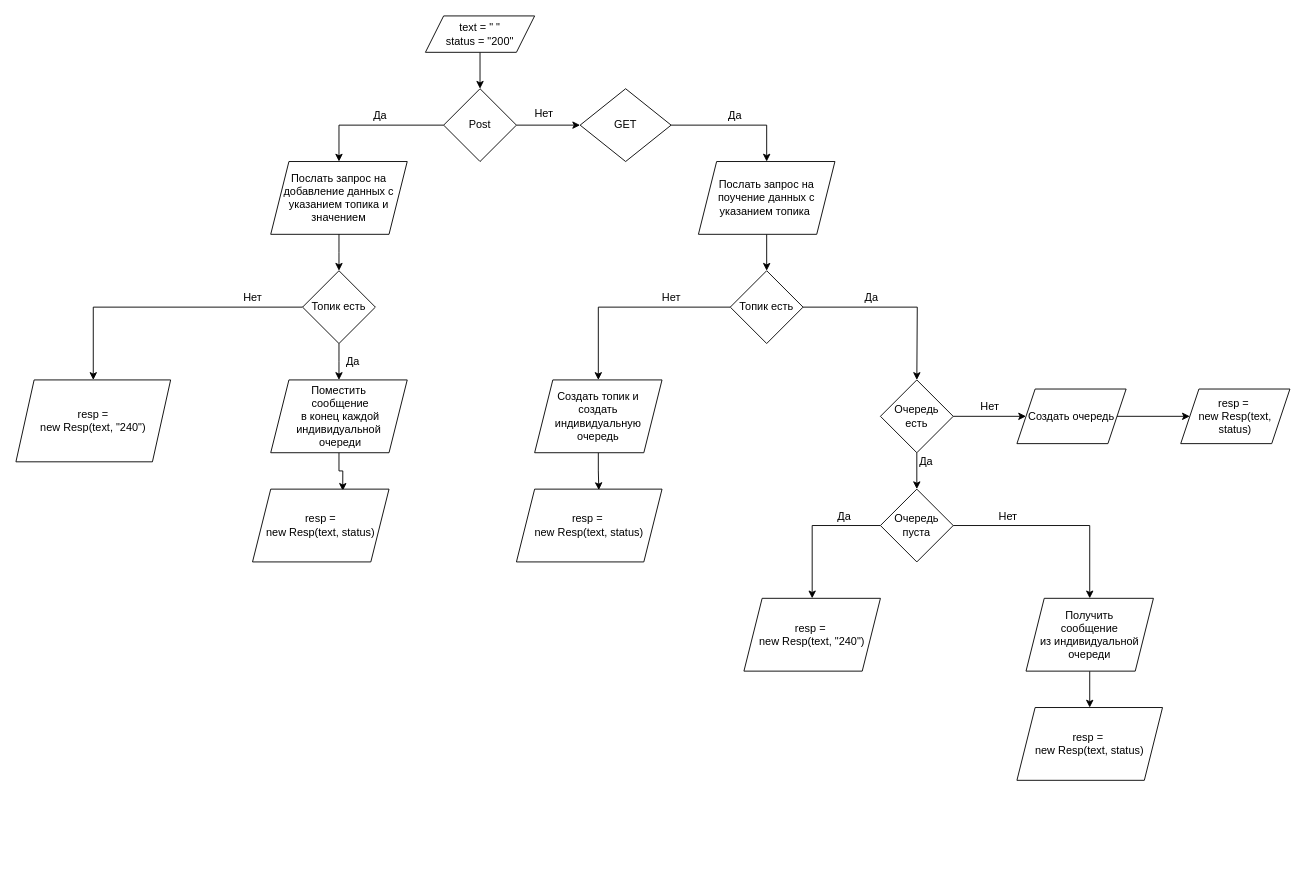
The draw.io diagram src/main/java/Topic.drawio in evgenProger/job4j_pooh, before the edit. Source tidied: cells renumbered, new cells numbered last; positions are measured from the earlier drawing's top-left corner, leaving out a move shared by most shapes. Both pictures are drawn from the tidied source at 91%, with x=0, y=0 at pixel (15, 15).
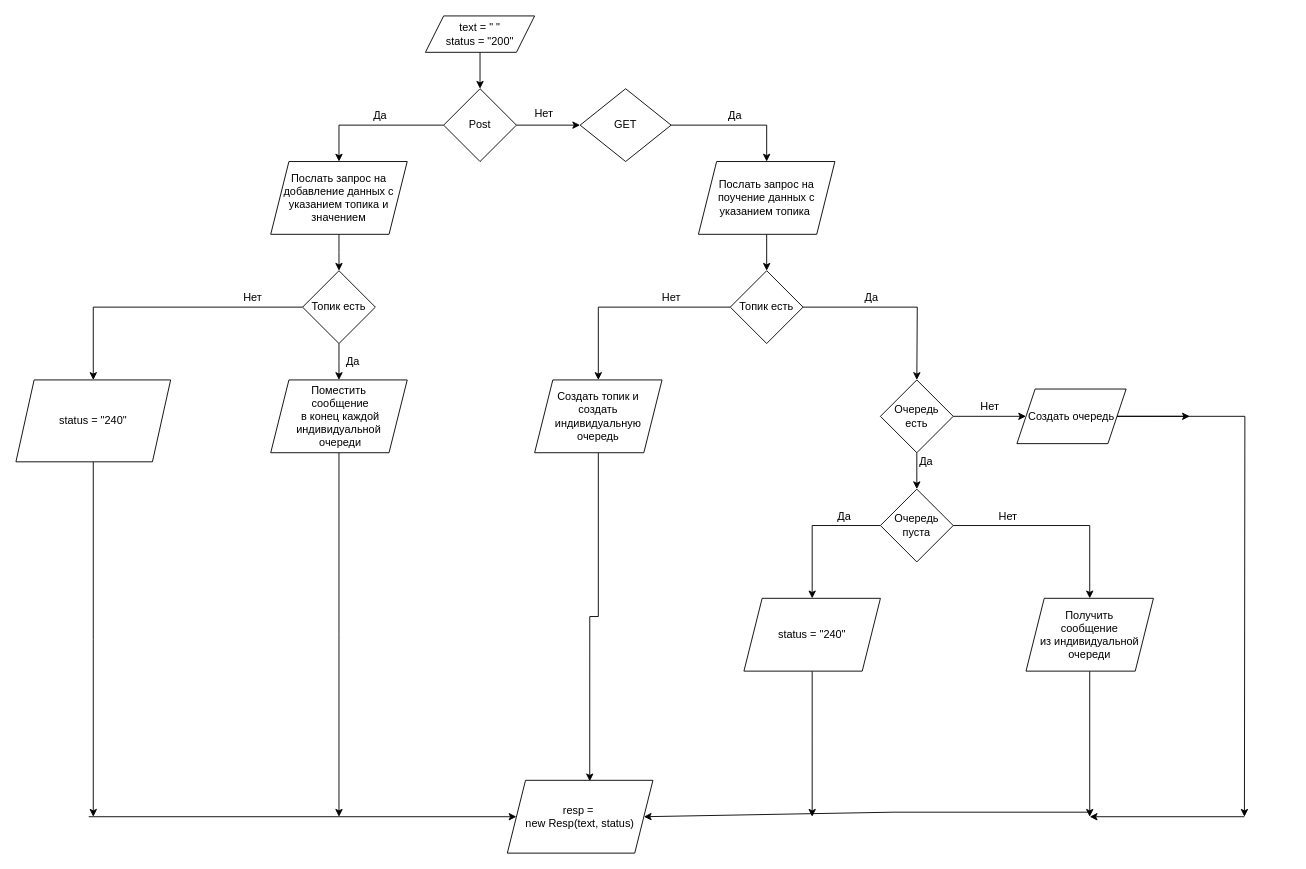
The same diagram, later.

Unchanged cells that the change refers to:
```xml
<mxCell id="9" value="Поместить&lt;br&gt;&amp;nbsp;сообщение&lt;br&gt;&amp;nbsp;в конец каждой индивидуальной&lt;br&gt;&amp;nbsp;очереди" style="shape=parallelogram;perimeter=parallelogramPerimeter;whiteSpace=wrap;html=1;fixedSize=1;" parent="1" vertex="1">
  <mxGeometry x="280" y="400" width="150" height="80" as="geometry" />
</mxCell>
<mxCell id="33" value="Получить &lt;br&gt;сообщение &lt;br&gt;из индивидуальной очереди" style="shape=parallelogram;perimeter=parallelogramPerimeter;whiteSpace=wrap;html=1;fixedSize=1;" parent="1" vertex="1">
  <mxGeometry x="1110" y="640" width="140" height="80" as="geometry" />
</mxCell>
<mxCell id="48" value="Создать очередь" style="shape=parallelogram;perimeter=parallelogramPerimeter;whiteSpace=wrap;html=1;fixedSize=1;" parent="1" vertex="1">
  <mxGeometry x="1100" y="410" width="120" height="60" as="geometry" />
</mxCell>
```

Diff of the diagram source:
```diff
@@
-    <mxCell id="8" style="edgeStyle=orthogonalEdgeStyle;rounded=0;jettySize=auto;html=1;entryX=0.661;entryY=0.023;entryDx=0;entryDy=0;entryPerimeter=0;" parent="1" edge="1" source="9" target="11">
-      <mxGeometry relative="1" as="geometry" />
-    </mxCell>
+    <mxCell id="51" style="edgeStyle=orthogonalEdgeStyle;rounded=0;jettySize=auto;html=1;" parent="1" edge="1" source="9">
+      <mxGeometry relative="1" as="geometry">
+        <mxPoint x="355" y="880" as="targetPoint" />
+      </mxGeometry>
+    </mxCell>
@@
-    <mxCell id="11" value="resp = &lt;br&gt;new Resp(text, status)" style="shape=parallelogram;perimeter=parallelogramPerimeter;whiteSpace=wrap;html=1;fixedSize=1;" parent="1" vertex="1">
-      <mxGeometry x="260" y="520" width="150" height="80" as="geometry" />
-    </mxCell>
@@
+    <mxCell id="52" style="edgeStyle=orthogonalEdgeStyle;rounded=0;jettySize=auto;html=1;" parent="1" edge="1" source="18">
+      <mxGeometry relative="1" as="geometry">
+        <mxPoint x="85" y="880" as="targetPoint" />
+      </mxGeometry>
+    </mxCell>
-    <mxCell id="18" value="resp = &lt;br&gt;new Resp(text, &quot;240&quot;)" style="shape=parallelogram;perimeter=parallelogramPerimeter;whiteSpace=wrap;html=1;fixedSize=1;" parent="1" vertex="1">
+    <mxCell id="18" value="status = &quot;240&quot;" style="shape=parallelogram;perimeter=parallelogramPerimeter;whiteSpace=wrap;html=1;fixedSize=1;" parent="1" vertex="1">
       <mxGeometry y="400" width="170" height="90" as="geometry" />
     </mxCell>
@@
-    <mxCell id="32" style="edgeStyle=orthogonalEdgeStyle;rounded=0;jettySize=auto;html=1;entryX=0.5;entryY=0;entryDx=0;entryDy=0;" parent="1" edge="1" source="33" target="34">
-      <mxGeometry relative="1" as="geometry" />
-    </mxCell>
+    <mxCell id="53" style="edgeStyle=orthogonalEdgeStyle;rounded=0;jettySize=auto;html=1;" parent="1" edge="1" source="33">
+      <mxGeometry relative="1" as="geometry">
+        <mxPoint x="1180" y="880" as="targetPoint" />
+      </mxGeometry>
+    </mxCell>
@@
-    <mxCell id="34" value="resp =&amp;nbsp;&lt;br&gt;new Resp(text, status)" style="shape=parallelogram;perimeter=parallelogramPerimeter;whiteSpace=wrap;html=1;fixedSize=1;" parent="1" vertex="1">
-      <mxGeometry x="1100" y="760" width="160" height="80" as="geometry" />
-    </mxCell>
@@
     <mxCell id="36" value="resp =&amp;nbsp;&lt;br&gt;new Resp(text, status)" style="shape=parallelogram;perimeter=parallelogramPerimeter;whiteSpace=wrap;html=1;fixedSize=1;" parent="1" vertex="1">
-      <mxGeometry x="550" y="520" width="160" height="80" as="geometry" />
+      <mxGeometry x="540" y="840" width="160" height="80" as="geometry" />
     </mxCell>
@@
+    <mxCell id="54" style="edgeStyle=orthogonalEdgeStyle;rounded=0;jettySize=auto;html=1;" parent="1" edge="1" source="41">
+      <mxGeometry relative="1" as="geometry">
+        <mxPoint x="875" y="880" as="targetPoint" />
+      </mxGeometry>
+    </mxCell>
-    <mxCell id="41" value="&lt;span&gt;resp =&amp;nbsp;&lt;/span&gt;&lt;br&gt;&lt;span&gt;new Resp(text, &quot;240&quot;)&lt;/span&gt;" style="shape=parallelogram;perimeter=parallelogramPerimeter;whiteSpace=wrap;html=1;fixedSize=1;" parent="1" vertex="1">
+    <mxCell id="41" value="status = &quot;240&quot;" style="shape=parallelogram;perimeter=parallelogramPerimeter;whiteSpace=wrap;html=1;fixedSize=1;" parent="1" vertex="1">
       <mxGeometry x="800" y="640" width="150" height="80" as="geometry" />
     </mxCell>
@@
-    <mxCell id="47" style="edgeStyle=orthogonalEdgeStyle;rounded=0;jettySize=auto;html=1;" parent="1" edge="1" source="48" target="50">
-      <mxGeometry relative="1" as="geometry" />
+    <mxCell id="47" style="edgeStyle=orthogonalEdgeStyle;rounded=0;jettySize=auto;html=1;" parent="1" edge="1" source="48">
+      <mxGeometry relative="1" as="geometry">
+        <mxPoint x="1290" y="440" as="targetPoint" />
+      </mxGeometry>
     </mxCell>
@@
-    <mxCell id="50" value="&lt;span&gt;resp =&amp;nbsp;&lt;/span&gt;&lt;br&gt;&lt;span&gt;new Resp(text, status)&lt;/span&gt;" style="shape=parallelogram;perimeter=parallelogramPerimeter;whiteSpace=wrap;html=1;fixedSize=1;" parent="1" vertex="1">
-      <mxGeometry x="1280" y="410" width="120" height="60" as="geometry" />
-    </mxCell>
+    <mxCell id="55" style="endArrow=classic;html=1;rounded=0;entryX=1;entryY=0.5;entryDx=0;entryDy=0;" parent="1" edge="1" target="36">
+      <mxGeometry relative="1" as="geometry">
+        <mxPoint x="1180" y="875" as="sourcePoint" />
+        <Array as="points">
+          <mxPoint x="965" y="875" />
+        </Array>
+      </mxGeometry>
+    </mxCell>
+    <mxCell id="56" style="endArrow=classic;html=1;rounded=0;entryX=0;entryY=0.5;entryDx=0;entryDy=0;" parent="1" edge="1" target="36">
+      <mxGeometry relative="1" as="geometry">
+        <mxPoint x="80" y="880" as="sourcePoint" />
+      </mxGeometry>
+    </mxCell>
+    <mxCell id="57" style="edgeStyle=orthogonalEdgeStyle;rounded=0;jettySize=auto;html=1;" parent="1" edge="1" source="48">
+      <mxGeometry relative="1" as="geometry">
+        <mxPoint x="1350" y="880" as="targetPoint" />
+      </mxGeometry>
+    </mxCell>
+    <mxCell id="58" style="endArrow=classic;html=1;rounded=0;" parent="1" edge="1">
+      <mxGeometry relative="1" as="geometry">
+        <mxPoint x="1350" y="880" as="sourcePoint" />
+        <mxPoint x="1180" y="880" as="targetPoint" />
+      </mxGeometry>
+    </mxCell>
```
